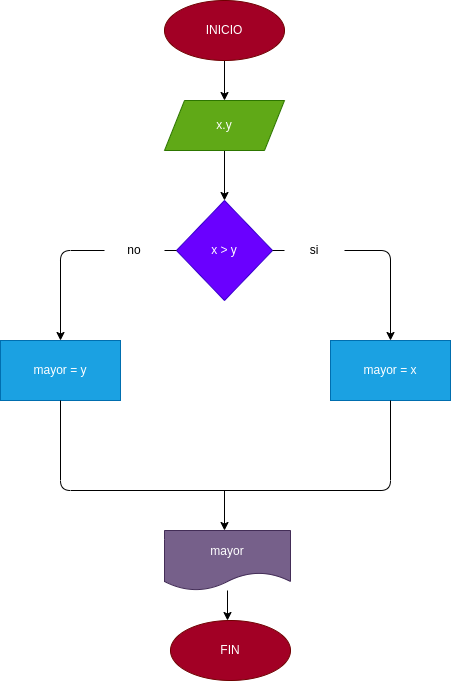
StephanieOrtizPico/mayor_2enteros keeps this draw.io diagram as diagrama.png. Above is the earlier version. Source tidied: cells renumbered, new cells last; positions are measured from the earlier drawing's top-left corner, leaving out a move shared by most shapes. The source it was exported from:
```xml
<mxGraphModel>
  <root>
    <mxCell id="0" />
    <mxCell id="1" parent="0" />
    <mxCell id="2" style="edgeStyle=none;html=1;" parent="1" edge="1" source="3" target="5">
      <mxGeometry relative="1" as="geometry" />
    </mxCell>
    <mxCell id="3" value="INICIO" style="ellipse;whiteSpace=wrap;html=1;fillColor=#a20025;fontColor=#ffffff;strokeColor=#6F0000;" parent="1" vertex="1">
      <mxGeometry x="164" width="120" height="60" as="geometry" />
    </mxCell>
    <mxCell id="4" style="edgeStyle=none;html=1;" parent="1" edge="1" source="5">
      <mxGeometry relative="1" as="geometry">
        <mxPoint x="224" y="200" as="targetPoint" />
      </mxGeometry>
    </mxCell>
    <mxCell id="5" value="x.y" style="shape=parallelogram;perimeter=parallelogramPerimeter;whiteSpace=wrap;html=1;fixedSize=1;fillColor=#60a917;fontColor=#ffffff;strokeColor=#2D7600;" parent="1" vertex="1">
      <mxGeometry x="164" y="100" width="120" height="50" as="geometry" />
    </mxCell>
    <mxCell id="6" style="edgeStyle=none;html=1;startArrow=none;" parent="1" edge="1" source="17">
      <mxGeometry relative="1" as="geometry">
        <mxPoint x="390" y="340" as="targetPoint" />
        <Array as="points">
          <mxPoint x="390" y="250" />
        </Array>
      </mxGeometry>
    </mxCell>
    <mxCell id="7" style="edgeStyle=none;html=1;startArrow=none;" parent="1" edge="1" source="19">
      <mxGeometry relative="1" as="geometry">
        <mxPoint x="60" y="340" as="targetPoint" />
        <Array as="points">
          <mxPoint x="60" y="250" />
        </Array>
      </mxGeometry>
    </mxCell>
    <mxCell id="8" value="x &amp;gt; y" style="rhombus;whiteSpace=wrap;html=1;fillColor=#6a00ff;fontColor=#ffffff;strokeColor=#3700CC;" parent="1" vertex="1">
      <mxGeometry x="176" y="200" width="96" height="100" as="geometry" />
    </mxCell>
    <mxCell id="9" value="mayor = y" style="rounded=0;whiteSpace=wrap;html=1;fillColor=#1ba1e2;fontColor=#ffffff;strokeColor=#006EAF;" parent="1" vertex="1">
      <mxGeometry y="340" width="120" height="60" as="geometry" />
    </mxCell>
    <mxCell id="10" value="mayor = x" style="rounded=0;whiteSpace=wrap;html=1;fillColor=#1ba1e2;fontColor=#ffffff;strokeColor=#006EAF;" parent="1" vertex="1">
      <mxGeometry x="330" y="340" width="120" height="60" as="geometry" />
    </mxCell>
    <mxCell id="11" style="endArrow=none;html=1;entryX=0.5;entryY=1;entryDx=0;entryDy=0;exitX=0.5;exitY=1;exitDx=0;exitDy=0;" parent="1" edge="1" source="10" target="9">
      <mxGeometry relative="1" as="geometry">
        <Array as="points">
          <mxPoint x="390" y="490" />
          <mxPoint x="60" y="490" />
        </Array>
      </mxGeometry>
    </mxCell>
    <mxCell id="12" style="endArrow=classic;html=1;" parent="1" edge="1">
      <mxGeometry relative="1" as="geometry">
        <mxPoint x="224" y="490" as="sourcePoint" />
        <mxPoint x="224" y="530" as="targetPoint" />
      </mxGeometry>
    </mxCell>
    <mxCell id="13" style="edgeStyle=none;html=1;" parent="1" edge="1" source="14">
      <mxGeometry relative="1" as="geometry">
        <mxPoint x="227" y="620" as="targetPoint" />
      </mxGeometry>
    </mxCell>
    <mxCell id="14" value="mayor" style="shape=document;whiteSpace=wrap;html=1;boundedLbl=1;fillColor=#76608a;fontColor=#ffffff;strokeColor=#432D57;" parent="1" vertex="1">
      <mxGeometry x="164" y="530" width="126" height="60" as="geometry" />
    </mxCell>
    <mxCell id="15" value="FIN" style="ellipse;whiteSpace=wrap;html=1;fillColor=#a20025;fontColor=#ffffff;strokeColor=#6F0000;" parent="1" vertex="1">
      <mxGeometry x="170" y="620" width="120" height="60" as="geometry" />
    </mxCell>
    <mxCell id="16" style="edgeStyle=none;html=1;endArrow=none;" parent="1" edge="1" source="8" target="17">
      <mxGeometry relative="1" as="geometry" />
    </mxCell>
    <mxCell id="17" value="si" style="text;html=1;strokeColor=none;fillColor=none;align=center;verticalAlign=middle;whiteSpace=wrap;rounded=0;" parent="1" vertex="1">
      <mxGeometry x="284" y="235" width="60" height="30" as="geometry" />
    </mxCell>
    <mxCell id="18" style="edgeStyle=none;html=1;endArrow=none;" parent="1" edge="1" source="8" target="19">
      <mxGeometry relative="1" as="geometry" />
    </mxCell>
    <mxCell id="19" value="no" style="text;html=1;strokeColor=none;fillColor=none;align=center;verticalAlign=middle;whiteSpace=wrap;rounded=0;" parent="1" vertex="1">
      <mxGeometry x="104" y="235" width="60" height="30" as="geometry" />
    </mxCell>
  </root>
</mxGraphModel>
```
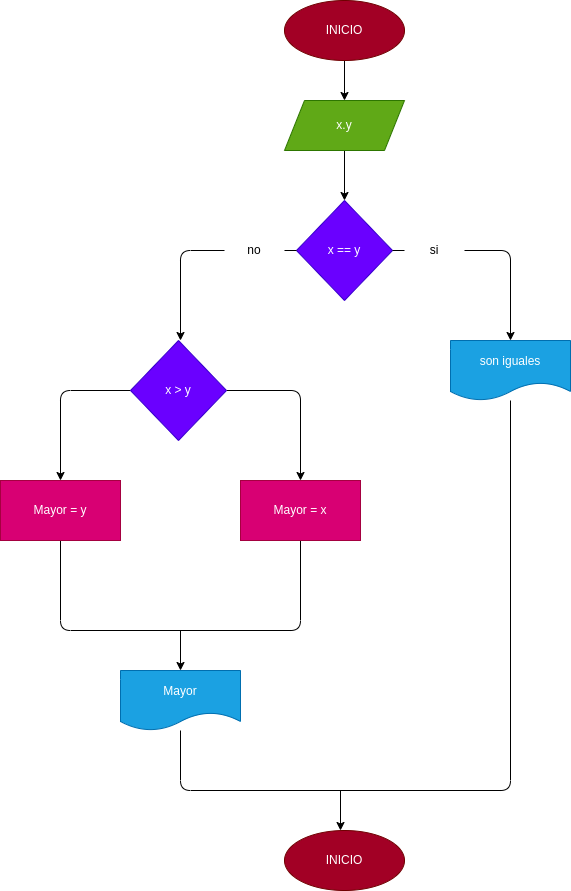
After the commit.

Commit message:
Se agregó el diagrama

Diff of the diagram source:
```diff
@@ -32,40 +32,17 @@
         </Array>
       </mxGeometry>
     </mxCell>
-    <mxCell id="8" value="x &amp;gt; y" style="rhombus;whiteSpace=wrap;html=1;fillColor=#6a00ff;fontColor=#ffffff;strokeColor=#3700CC;" parent="1" vertex="1">
+    <mxCell id="8" value="x == y" style="rhombus;whiteSpace=wrap;html=1;fillColor=#6a00ff;fontColor=#ffffff;strokeColor=#3700CC;" parent="1" vertex="1">
       <mxGeometry x="176" y="200" width="96" height="100" as="geometry" />
     </mxCell>
-    <mxCell id="9" value="mayor = y" style="rounded=0;whiteSpace=wrap;html=1;fillColor=#1ba1e2;fontColor=#ffffff;strokeColor=#006EAF;" parent="1" vertex="1">
-      <mxGeometry y="340" width="120" height="60" as="geometry" />
-    </mxCell>
-    <mxCell id="10" value="mayor = x" style="rounded=0;whiteSpace=wrap;html=1;fillColor=#1ba1e2;fontColor=#ffffff;strokeColor=#006EAF;" parent="1" vertex="1">
-      <mxGeometry x="330" y="340" width="120" height="60" as="geometry" />
-    </mxCell>
-    <mxCell id="11" style="endArrow=none;html=1;entryX=0.5;entryY=1;entryDx=0;entryDy=0;exitX=0.5;exitY=1;exitDx=0;exitDy=0;" parent="1" edge="1" source="10" target="9">
+    <mxCell id="11" style="endArrow=none;html=1;entryX=0.5;entryY=1;entryDx=0;entryDy=0;exitX=0.5;exitY=1;exitDx=0;exitDy=0;" parent="1" edge="1" source="25" target="24">
       <mxGeometry relative="1" as="geometry">
         <Array as="points">
-          <mxPoint x="390" y="490" />
-          <mxPoint x="60" y="490" />
+          <mxPoint x="180" y="630" />
+          <mxPoint x="-60" y="630" />
         </Array>
       </mxGeometry>
     </mxCell>
-    <mxCell id="12" style="endArrow=classic;html=1;" parent="1" edge="1">
-      <mxGeometry relative="1" as="geometry">
-        <mxPoint x="224" y="490" as="sourcePoint" />
-        <mxPoint x="224" y="530" as="targetPoint" />
-      </mxGeometry>
-    </mxCell>
-    <mxCell id="13" style="edgeStyle=none;html=1;" parent="1" edge="1" source="14">
-      <mxGeometry relative="1" as="geometry">
-        <mxPoint x="227" y="620" as="targetPoint" />
-      </mxGeometry>
-    </mxCell>
-    <mxCell id="14" value="mayor" style="shape=document;whiteSpace=wrap;html=1;boundedLbl=1;fillColor=#76608a;fontColor=#ffffff;strokeColor=#432D57;" parent="1" vertex="1">
-      <mxGeometry x="164" y="530" width="126" height="60" as="geometry" />
-    </mxCell>
-    <mxCell id="15" value="FIN" style="ellipse;whiteSpace=wrap;html=1;fillColor=#a20025;fontColor=#ffffff;strokeColor=#6F0000;" parent="1" vertex="1">
-      <mxGeometry x="170" y="620" width="120" height="60" as="geometry" />
-    </mxCell>
     <mxCell id="16" style="edgeStyle=none;html=1;endArrow=none;" parent="1" edge="1" source="8" target="17">
       <mxGeometry relative="1" as="geometry" />
     </mxCell>
@@ -78,5 +55,60 @@
     <mxCell id="19" value="no" style="text;html=1;strokeColor=none;fillColor=none;align=center;verticalAlign=middle;whiteSpace=wrap;rounded=0;" parent="1" vertex="1">
       <mxGeometry x="104" y="235" width="60" height="30" as="geometry" />
     </mxCell>
+    <mxCell id="20" value="son iguales" style="shape=document;whiteSpace=wrap;html=1;boundedLbl=1;fillColor=#1ba1e2;fontColor=#ffffff;strokeColor=#006EAF;" parent="1" vertex="1">
+      <mxGeometry x="330" y="340" width="120" height="60" as="geometry" />
+    </mxCell>
+    <mxCell id="21" style="edgeStyle=none;html=1;" parent="1" edge="1" source="23">
+      <mxGeometry relative="1" as="geometry">
+        <mxPoint x="180" y="480" as="targetPoint" />
+        <Array as="points">
+          <mxPoint x="180" y="390" />
+        </Array>
+      </mxGeometry>
+    </mxCell>
+    <mxCell id="22" style="edgeStyle=none;html=1;" parent="1" edge="1" source="23">
+      <mxGeometry relative="1" as="geometry">
+        <mxPoint x="-60" y="480" as="targetPoint" />
+        <Array as="points">
+          <mxPoint x="-60" y="390" />
+        </Array>
+      </mxGeometry>
+    </mxCell>
+    <mxCell id="23" value="x &amp;gt; y" style="rhombus;whiteSpace=wrap;html=1;fillColor=#6a00ff;fontColor=#ffffff;strokeColor=#3700CC;" parent="1" vertex="1">
+      <mxGeometry x="10" y="340" width="96" height="100" as="geometry" />
+    </mxCell>
+    <mxCell id="24" value="Mayor = y" style="rounded=0;whiteSpace=wrap;html=1;fillColor=#d80073;fontColor=#ffffff;strokeColor=#A50040;" parent="1" vertex="1">
+      <mxGeometry x="-120" y="480" width="120" height="60" as="geometry" />
+    </mxCell>
+    <mxCell id="25" value="Mayor = x" style="rounded=0;whiteSpace=wrap;html=1;fillColor=#d80073;fontColor=#ffffff;strokeColor=#A50040;" parent="1" vertex="1">
+      <mxGeometry x="120" y="480" width="120" height="60" as="geometry" />
+    </mxCell>
+    <mxCell id="26" style="endArrow=classic;html=1;" parent="1" edge="1">
+      <mxGeometry relative="1" as="geometry">
+        <mxPoint x="60" y="630" as="sourcePoint" />
+        <mxPoint x="60" y="670" as="targetPoint" />
+      </mxGeometry>
+    </mxCell>
+    <mxCell id="27" value="Mayor" style="shape=document;whiteSpace=wrap;html=1;boundedLbl=1;fillColor=#1ba1e2;fontColor=#ffffff;strokeColor=#006EAF;" parent="1" vertex="1">
+      <mxGeometry y="670" width="120" height="60" as="geometry" />
+    </mxCell>
+    <mxCell id="28" style="endArrow=none;html=1;entryX=0.5;entryY=1;entryDx=0;entryDy=0;" parent="1" edge="1" source="20">
+      <mxGeometry relative="1" as="geometry">
+        <mxPoint x="60" y="730" as="targetPoint" />
+        <Array as="points">
+          <mxPoint x="390" y="790" />
+          <mxPoint x="60" y="790" />
+        </Array>
+      </mxGeometry>
+    </mxCell>
+    <mxCell id="29" style="endArrow=classic;html=1;" parent="1" edge="1">
+      <mxGeometry relative="1" as="geometry">
+        <mxPoint x="220" y="790" as="sourcePoint" />
+        <mxPoint x="220" y="830" as="targetPoint" />
+      </mxGeometry>
+    </mxCell>
+    <mxCell id="30" value="INICIO" style="ellipse;whiteSpace=wrap;html=1;fillColor=#a20025;fontColor=#ffffff;strokeColor=#6F0000;" parent="1" vertex="1">
+      <mxGeometry x="164" y="830" width="120" height="60" as="geometry" />
+    </mxCell>
   </root>
 </mxGraphModel>
```
